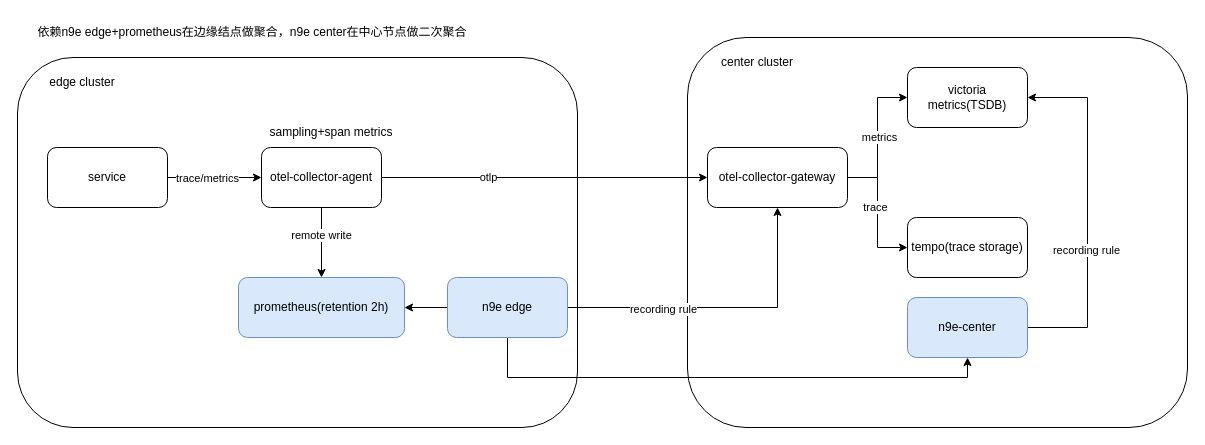
Earlier version of the draw.io diagram 可观测-流式聚合1.drawio (leiwingqueen/draw-io). Source tidied: cells renumbered, new cells numbered last; positions are measured from the earlier drawing's top-left corner, leaving out a move shared by most shapes. Both pictures are drawn from the tidied source at 100%, with x=0, y=0 at pixel (17, 17).
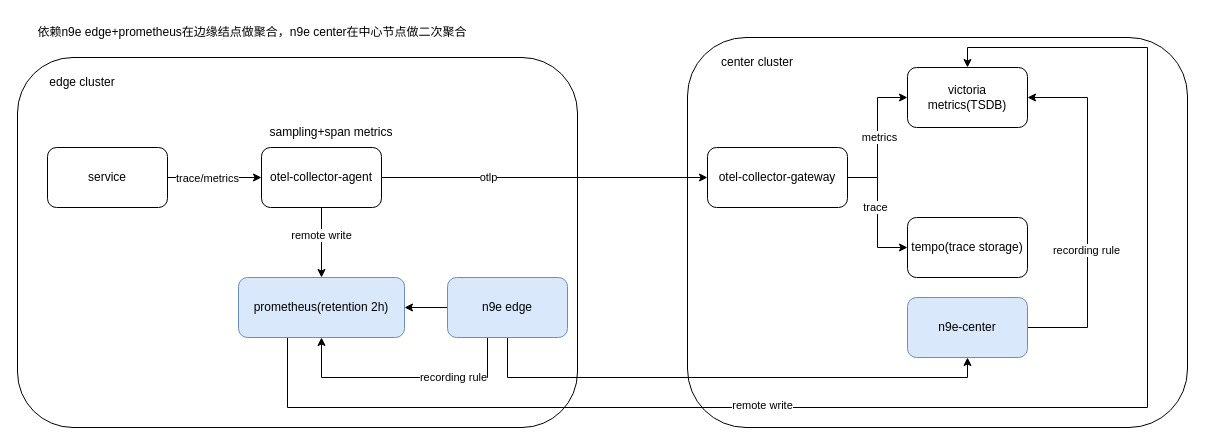
Above is the later version.

Commit message:
更新可观测-流式聚合1.drawio

Unchanged cells that the change refers to:
```xml
<mxCell id="16" value="otel-collector-gateway" style="rounded=1;whiteSpace=wrap;html=1;" parent="1" vertex="1">
  <mxGeometry x="690" y="130" width="140" height="60" as="geometry" />
</mxCell>
<mxCell id="19" value="victoria metrics(TSDB)" style="rounded=1;whiteSpace=wrap;html=1;" parent="1" vertex="1">
  <mxGeometry x="890" y="50" width="120" height="60" as="geometry" />
</mxCell>
<mxCell id="22" value="prometheus(retention 2h)" style="rounded=1;whiteSpace=wrap;html=1;fillColor=#dae8fc;strokeColor=#6c8ebf;" parent="1" vertex="1">
  <mxGeometry x="221" y="260" width="166" height="60" as="geometry" />
</mxCell>
<mxCell id="27" value="n9e edge" style="rounded=1;whiteSpace=wrap;html=1;fillColor=#dae8fc;strokeColor=#6c8ebf;" parent="1" vertex="1">
  <mxGeometry x="430" y="260" width="120" height="60" as="geometry" />
</mxCell>
```

The edit, as a diff of the source:
```diff
@@
+    <mxCell id="32" style="edgeStyle=orthogonalEdgeStyle;rounded=0;jettySize=auto;html=1;entryX=0.5;entryY=0;entryDx=0;entryDy=0;" parent="1" edge="1" source="22" target="19">
+      <mxGeometry relative="1" as="geometry">
+        <Array as="points">
+          <mxPoint x="270" y="390" />
+          <mxPoint x="1130" y="390" />
+          <mxPoint x="1130" y="30" />
+          <mxPoint x="950" y="30" />
+        </Array>
+      </mxGeometry>
+    </mxCell>
+    <mxCell id="33" value="remote write" style="edgeLabel;html=1;align=center;verticalAlign=middle;" parent="32" vertex="1">
+      <mxGeometry x="-0.27" y="3" relative="1" as="geometry" />
+    </mxCell>
@@
-    <mxCell id="24" style="edgeStyle=orthogonalEdgeStyle;rounded=0;jettySize=auto;html=1;entryX=0.5;entryY=1;entryDx=0;entryDy=0;" parent="1" edge="1" source="27" target="16">
-      <mxGeometry relative="1" as="geometry" />
+    <mxCell id="24" style="edgeStyle=orthogonalEdgeStyle;rounded=0;jettySize=auto;html=1;entryX=0.5;entryY=1;entryDx=0;entryDy=0;" parent="1" edge="1" source="27" target="22">
+      <mxGeometry relative="1" as="geometry">
+        <Array as="points">
+          <mxPoint x="470" y="360" />
+          <mxPoint x="304" y="360" />
+        </Array>
+      </mxGeometry>
     </mxCell>
```
